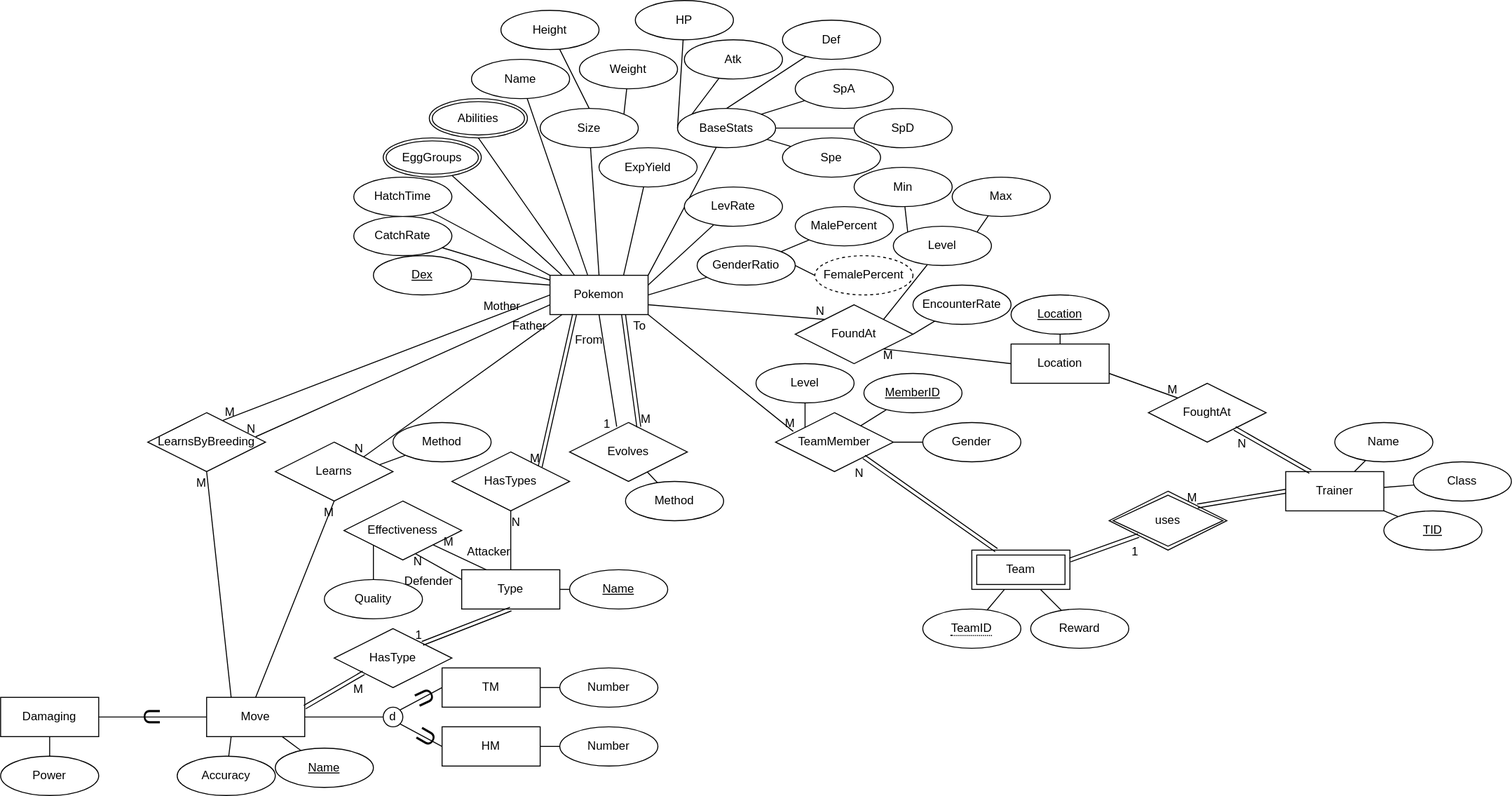
Earlier version of the draw.io export diagrams/EER.svg (JacobJanzen/J5-Pocket-Monsters-Database). Source tidied: cells renumbered, new cells last; positions are measured from the earlier drawing's top-left corner, leaving out a move shared by most shapes.
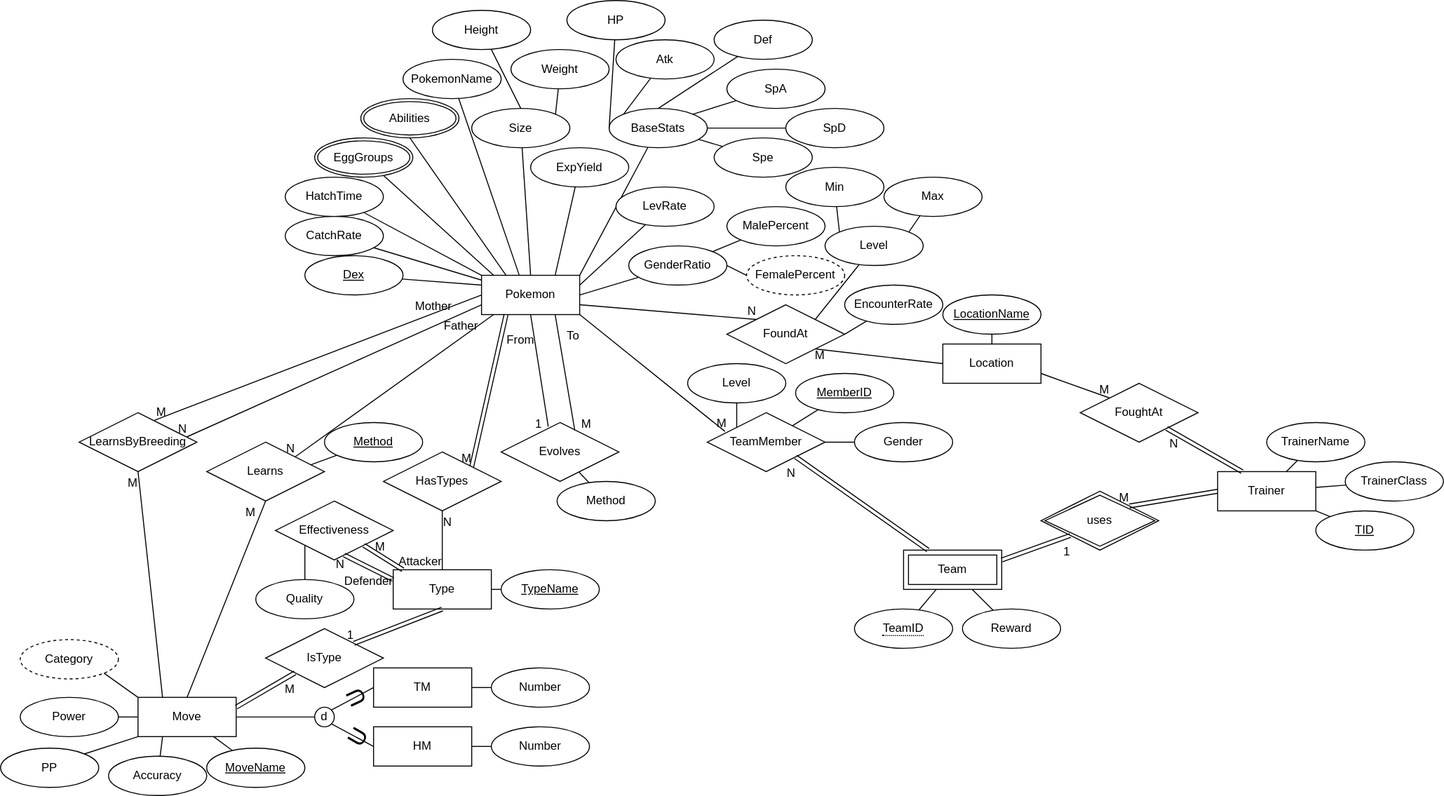
After the commit.

Change to the diagram source:
```diff
@@ -23,7 +23,7 @@
     <mxCell id="8" style="edgeStyle=none;rounded=0;jettySize=auto;html=1;entryX=0.383;entryY=-0.012;entryDx=0;entryDy=0;endArrow=none;endFill=0;entryPerimeter=0;" parent="1" edge="1" source="9" target="3">
       <mxGeometry relative="1" as="geometry" />
     </mxCell>
-    <mxCell id="9" value="Name" style="ellipse;whiteSpace=wrap;html=1;align=center;" parent="1" vertex="1">
+    <mxCell id="9" value="PokemonName" style="ellipse;whiteSpace=wrap;html=1;align=center;" parent="1" vertex="1">
       <mxGeometry x="480" y="60" width="100" height="40" as="geometry" />
     </mxCell>
     <mxCell id="10" style="edgeStyle=none;rounded=0;jettySize=auto;html=1;entryX=0.5;entryY=0;entryDx=0;entryDy=0;endArrow=none;endFill=0;" parent="1" edge="1" source="11" target="3">
@@ -140,7 +140,7 @@
     <mxCell id="47" style="edgeStyle=none;rounded=0;jettySize=auto;html=1;endArrow=none;endFill=0;" parent="1" edge="1" source="48" target="46">
       <mxGeometry relative="1" as="geometry" />
     </mxCell>
-    <mxCell id="48" value="Name" style="ellipse;whiteSpace=wrap;html=1;align=center;fontStyle=4;" parent="1" vertex="1">
+    <mxCell id="48" value="TypeName" style="ellipse;whiteSpace=wrap;html=1;align=center;fontStyle=4;" parent="1" vertex="1">
       <mxGeometry x="580" y="580" width="100" height="40" as="geometry" />
     </mxCell>
     <mxCell id="49" value="Move" style="whiteSpace=wrap;html=1;align=center;" parent="1" vertex="1">
@@ -149,7 +149,7 @@
     <mxCell id="50" style="edgeStyle=none;rounded=0;jettySize=auto;html=1;endArrow=none;endFill=0;" parent="1" edge="1" source="51" target="49">
       <mxGeometry relative="1" as="geometry" />
     </mxCell>
-    <mxCell id="51" value="Name" style="ellipse;whiteSpace=wrap;html=1;align=center;fontStyle=4;" parent="1" vertex="1">
+    <mxCell id="51" value="MoveName" style="ellipse;whiteSpace=wrap;html=1;align=center;fontStyle=4;" parent="1" vertex="1">
       <mxGeometry x="280" y="761.8" width="100" height="40" as="geometry" />
     </mxCell>
     <mxCell id="52" style="edgeStyle=none;rounded=0;jettySize=auto;html=1;entryX=0.25;entryY=1;entryDx=0;entryDy=0;endArrow=none;endFill=0;" parent="1" edge="1" source="53" target="49">
@@ -205,19 +205,19 @@
     <mxCell id="68" style="edgeStyle=none;rounded=0;jettySize=auto;html=1;endArrow=none;endFill=0;" parent="1" edge="1" source="69" target="65">
       <mxGeometry relative="1" as="geometry" />
     </mxCell>
-    <mxCell id="69" value="Location" style="ellipse;whiteSpace=wrap;html=1;align=center;fontStyle=4;" parent="1" vertex="1">
+    <mxCell id="69" value="LocationName" style="ellipse;whiteSpace=wrap;html=1;align=center;fontStyle=4;" parent="1" vertex="1">
       <mxGeometry x="1030" y="300" width="100" height="40" as="geometry" />
     </mxCell>
     <mxCell id="70" style="edgeStyle=none;rounded=0;jettySize=auto;html=1;endArrow=none;endFill=0;" parent="1" edge="1" source="71" target="66">
       <mxGeometry relative="1" as="geometry" />
     </mxCell>
-    <mxCell id="71" value="Name" style="ellipse;whiteSpace=wrap;html=1;align=center;" parent="1" vertex="1">
+    <mxCell id="71" value="TrainerName" style="ellipse;whiteSpace=wrap;html=1;align=center;" parent="1" vertex="1">
       <mxGeometry x="1360" y="430" width="100" height="40" as="geometry" />
     </mxCell>
     <mxCell id="72" style="edgeStyle=none;rounded=0;jettySize=auto;html=1;endArrow=none;endFill=0;" parent="1" edge="1" source="73" target="66">
       <mxGeometry relative="1" as="geometry" />
     </mxCell>
-    <mxCell id="73" value="Class" style="ellipse;whiteSpace=wrap;html=1;align=center;" parent="1" vertex="1">
+    <mxCell id="73" value="TrainerClass" style="ellipse;whiteSpace=wrap;html=1;align=center;" parent="1" vertex="1">
       <mxGeometry x="1440" y="470" width="100" height="40" as="geometry" />
     </mxCell>
     <mxCell id="74" style="edgeStyle=none;rounded=0;jettySize=auto;html=1;endArrow=none;endFill=0;" parent="1" edge="1" source="75" target="66">
@@ -329,17 +329,6 @@
     <mxCell id="106" value="Evolves" style="shape=rhombus;perimeter=rhombusPerimeter;whiteSpace=wrap;html=1;align=center;" parent="1" vertex="1">
       <mxGeometry x="580" y="430" width="120" height="60" as="geometry" />
     </mxCell>
-    <mxCell id="107" style="shape=link;html=1;rounded=0;endArrow=none;endFill=0;exitX=0.588;exitY=0.076;exitDx=0;exitDy=0;entryX=0.75;entryY=1;entryDx=0;entryDy=0;exitPerimeter=0;" parent="1" edge="1" source="106" target="3">
-      <mxGeometry relative="1" as="geometry" />
-    </mxCell>
-    <mxCell id="108" value="M" style="html=1;align=left;verticalAlign=bottom;" parent="107" vertex="1">
-      <mxGeometry x="-1" relative="1" as="geometry" />
-    </mxCell>
-    <mxCell id="109" value="To" style="html=1;align=right;verticalAlign=bottom;" parent="107" vertex="1">
-      <mxGeometry x="1" relative="1" as="geometry">
-        <mxPoint x="23" y="20" as="offset" />
-      </mxGeometry>
-    </mxCell>
     <mxCell id="110" style="endArrow=none;html=1;rounded=0;entryX=0.5;entryY=1;entryDx=0;entryDy=0;exitX=0.4;exitY=0.07;exitDx=0;exitDy=0;exitPerimeter=0;" parent="1" edge="1" source="106" target="3">
       <mxGeometry relative="1" as="geometry" />
     </mxCell>
@@ -400,7 +389,7 @@
     <mxCell id="127" value="Method" style="ellipse;whiteSpace=wrap;html=1;align=center;" parent="1" vertex="1">
       <mxGeometry x="637" y="490" width="100" height="40" as="geometry" />
     </mxCell>
-    <mxCell id="128" value="HasType" style="shape=rhombus;perimeter=rhombusPerimeter;whiteSpace=wrap;html=1;align=center;" parent="1" vertex="1">
+    <mxCell id="128" value="IsType" style="shape=rhombus;perimeter=rhombusPerimeter;whiteSpace=wrap;html=1;align=center;" parent="1" vertex="1">
       <mxGeometry x="340" y="640" width="120" height="60" as="geometry" />
     </mxCell>
     <mxCell id="129" style="shape=link;html=1;rounded=0;endArrow=none;endFill=0;exitX=1;exitY=0.25;exitDx=0;exitDy=0;entryX=0;entryY=1;entryDx=0;entryDy=0;" parent="1" edge="1" source="49" target="128">
@@ -420,32 +409,6 @@
     <mxCell id="133" value="Effectiveness" style="shape=rhombus;perimeter=rhombusPerimeter;whiteSpace=wrap;html=1;align=center;" parent="1" vertex="1">
       <mxGeometry x="350" y="510" width="120" height="60" as="geometry" />
     </mxCell>
-    <mxCell id="134" style="endArrow=none;html=1;rounded=0;entryX=0.25;entryY=0;entryDx=0;entryDy=0;" parent="1" edge="1" source="133" target="46">
-      <mxGeometry relative="1" as="geometry" />
-    </mxCell>
-    <mxCell id="135" value="M" style="html=1;align=left;verticalAlign=bottom;" parent="134" vertex="1">
-      <mxGeometry x="-1" relative="1" as="geometry">
-        <mxPoint x="9" y="5" as="offset" />
-      </mxGeometry>
-    </mxCell>
-    <mxCell id="136" value="Attacker" style="html=1;align=right;verticalAlign=bottom;" parent="134" vertex="1">
-      <mxGeometry x="1" relative="1" as="geometry">
-        <mxPoint x="25" y="-10" as="offset" />
-      </mxGeometry>
-    </mxCell>
-    <mxCell id="137" style="endArrow=none;html=1;rounded=0;exitX=0;exitY=0.25;exitDx=0;exitDy=0;entryX=0.608;entryY=0.894;entryDx=0;entryDy=0;entryPerimeter=0;" parent="1" edge="1" source="46" target="133">
-      <mxGeometry relative="1" as="geometry" />
-    </mxCell>
-    <mxCell id="138" value="Defender" style="html=1;align=left;verticalAlign=bottom;" parent="137" vertex="1">
-      <mxGeometry x="-1" relative="1" as="geometry">
-        <mxPoint x="-60" y="10" as="offset" />
-      </mxGeometry>
-    </mxCell>
-    <mxCell id="139" value="N" style="html=1;align=right;verticalAlign=bottom;" parent="137" vertex="1">
-      <mxGeometry x="1" relative="1" as="geometry">
-        <mxPoint x="7" y="16" as="offset" />
-      </mxGeometry>
-    </mxCell>
     <mxCell id="140" value="Learns" style="shape=rhombus;perimeter=rhombusPerimeter;whiteSpace=wrap;html=1;align=center;" parent="1" vertex="1">
       <mxGeometry x="280" y="450" width="120" height="60" as="geometry" />
     </mxCell>
@@ -491,7 +454,7 @@
     </mxCell>
     <mxCell id="153" value="M" style="html=1;align=right;verticalAlign=bottom;" parent="152" vertex="1">
       <mxGeometry x="1" relative="1" as="geometry">
-        <mxPoint y="20" as="offset" />
+        <mxPoint x="-10" y="20" as="offset" />
       </mxGeometry>
     </mxCell>
     <mxCell id="154" style="endArrow=none;html=1;rounded=0;exitX=0.25;exitY=0;exitDx=0;exitDy=0;entryX=0.5;entryY=1;entryDx=0;entryDy=0;" parent="1" edge="1" source="49" target="143">
@@ -502,26 +465,72 @@
         <mxPoint y="20" as="offset" />
       </mxGeometry>
     </mxCell>
-    <mxCell id="156" style="edgeStyle=none;rounded=0;jettySize=auto;html=1;entryX=0.882;entryY=0.386;entryDx=0;entryDy=0;entryPerimeter=0;endArrow=none;endFill=0;" parent="1" edge="1" source="157" target="140">
-      <mxGeometry relative="1" as="geometry" />
+    <mxCell id="156" style="edgeStyle=none;rounded=0;jettySize=auto;html=1;entryX=0.882;entryY=0.386;entryDx=0;entryDy=0;entryPerimeter=0;endArrow=none;endFill=0;" parent="1" edge="1" target="140">
+      <mxGeometry relative="1" as="geometry">
+        <mxPoint x="412.6" y="463.3" as="sourcePoint" />
+      </mxGeometry>
     </mxCell>
-    <mxCell id="157" value="Method" style="ellipse;whiteSpace=wrap;html=1;align=center;" parent="1" vertex="1">
-      <mxGeometry x="400" y="430" width="100" height="40" as="geometry" />
-    </mxCell>
-    <mxCell id="158" style="edgeStyle=none;rounded=0;jettySize=auto;html=1;entryX=0;entryY=0.5;entryDx=0;entryDy=0;endArrow=none;endFill=0;startArrow=none;exitX=1;exitY=0.5;exitDx=0;exitDy=0;" parent="1" edge="1" source="159" target="49">
-      <mxGeometry relative="1" as="geometry" />
-    </mxCell>
-    <mxCell id="159" value="Damaging" style="whiteSpace=wrap;html=1;align=center;" parent="1" vertex="1">
-      <mxGeometry y="710" width="100" height="40" as="geometry" />
-    </mxCell>
-    <mxCell id="160" style="edgeStyle=none;rounded=0;jettySize=auto;html=1;endArrow=none;endFill=0;" parent="1" edge="1" source="161" target="159">
+    <mxCell id="160" style="edgeStyle=none;rounded=0;jettySize=auto;html=1;endArrow=none;endFill=0;entryX=0;entryY=0.5;entryDx=0;entryDy=0;" parent="1" edge="1" source="161" target="49">
       <mxGeometry relative="1" as="geometry" />
     </mxCell>
     <mxCell id="161" value="Power" style="ellipse;whiteSpace=wrap;html=1;align=center;" parent="1" vertex="1">
-      <mxGeometry y="770" width="100" height="40" as="geometry" />
+      <mxGeometry x="90" y="710" width="100" height="40" as="geometry" />
     </mxCell>
-    <mxCell id="162" value="&lt;h1&gt;&lt;span style=&quot;font-weight: normal&quot;&gt;U&lt;/span&gt;&lt;br&gt;&lt;/h1&gt;" style="text;html=1;strokeColor=none;fillColor=none;spacing=5;spacingTop=-20;whiteSpace=wrap;overflow=hidden;rounded=0;rotation=90;" parent="1" vertex="1">
-      <mxGeometry x="147.5" y="714" width="25" height="30" as="geometry" />
-    </mxCell>
+    <mxCell id="107" style="endArrow=none;html=1;rounded=0;entryX=0.75;entryY=1;entryDx=0;entryDy=0;exitX=0.625;exitY=0.133;exitDx=0;exitDy=0;exitPerimeter=0;" parent="1" edge="1" source="106" target="3">
+      <mxGeometry relative="1" as="geometry" />
+    </mxCell>
+    <mxCell id="163" value="M" style="html=1;align=left;verticalAlign=bottom;" parent="107" vertex="1">
+      <mxGeometry x="-1" relative="1" as="geometry">
+        <mxPoint x="5" y="2" as="offset" />
+      </mxGeometry>
+    </mxCell>
+    <mxCell id="109" value="To" style="html=1;align=right;verticalAlign=bottom;" parent="107" vertex="1">
+      <mxGeometry x="1" relative="1" as="geometry">
+        <mxPoint x="25" y="30" as="offset" />
+      </mxGeometry>
+    </mxCell>
+    <mxCell id="134" style="shape=link;html=1;rounded=0;exitX=1;exitY=1;exitDx=0;exitDy=0;entryX=0.1;entryY=0;entryDx=0;entryDy=0;entryPerimeter=0;" parent="1" edge="1" source="133" target="46">
+      <mxGeometry relative="1" as="geometry" />
+    </mxCell>
+    <mxCell id="164" value="M" style="html=1;align=left;verticalAlign=bottom;" parent="134" vertex="1">
+      <mxGeometry x="-1" relative="1" as="geometry">
+        <mxPoint x="10" y="10" as="offset" />
+      </mxGeometry>
+    </mxCell>
+    <mxCell id="136" value="Attacker" style="html=1;align=right;verticalAlign=bottom;" parent="134" vertex="1">
+      <mxGeometry x="1" relative="1" as="geometry">
+        <mxPoint x="40" as="offset" />
+      </mxGeometry>
+    </mxCell>
+    <mxCell id="165" style="shape=link;html=1;rounded=0;exitX=1;exitY=1;exitDx=0;exitDy=0;entryX=0;entryY=0.25;entryDx=0;entryDy=0;" parent="1" edge="1" target="46">
+      <mxGeometry relative="1" as="geometry">
+        <mxPoint x="420" y="565" as="sourcePoint" />
+      </mxGeometry>
+    </mxCell>
+    <mxCell id="139" value="N" style="html=1;align=left;verticalAlign=bottom;" parent="165" vertex="1">
+      <mxGeometry x="-1" relative="1" as="geometry">
+        <mxPoint x="-10" y="18" as="offset" />
+      </mxGeometry>
+    </mxCell>
+    <mxCell id="138" value="Defender" style="html=1;align=right;verticalAlign=bottom;" parent="165" vertex="1">
+      <mxGeometry x="1" relative="1" as="geometry">
+        <mxPoint y="10" as="offset" />
+      </mxGeometry>
+    </mxCell>
+    <mxCell id="166" style="rounded=0;jettySize=auto;html=1;exitX=1;exitY=1;exitDx=0;exitDy=0;entryX=0;entryY=0;entryDx=0;entryDy=0;endArrow=none;endFill=0;" parent="1" edge="1" source="167" target="49">
+      <mxGeometry relative="1" as="geometry" />
+    </mxCell>
+    <mxCell id="167" value="Category" style="ellipse;whiteSpace=wrap;html=1;align=center;dashed=1;" parent="1" vertex="1">
+      <mxGeometry x="90" y="651.2" width="100" height="40" as="geometry" />
+    </mxCell>
+    <mxCell id="168" style="edgeStyle=none;rounded=0;jettySize=auto;html=1;exitX=1;exitY=0;exitDx=0;exitDy=0;entryX=0;entryY=1;entryDx=0;entryDy=0;endArrow=none;endFill=0;" parent="1" edge="1" source="169" target="49">
+      <mxGeometry relative="1" as="geometry" />
+    </mxCell>
+    <mxCell id="169" value="PP" style="ellipse;whiteSpace=wrap;html=1;align=center;" parent="1" vertex="1">
+      <mxGeometry x="70" y="761.8" width="100" height="40" as="geometry" />
+    </mxCell>
+    <mxCell id="157" value="Method" style="ellipse;whiteSpace=wrap;html=1;align=center;fontStyle=4;" parent="1" vertex="1">
+      <mxGeometry x="400" y="430" width="100" height="40" as="geometry" />
+    </mxCell>
   </root>
 </mxGraphModel>
```
